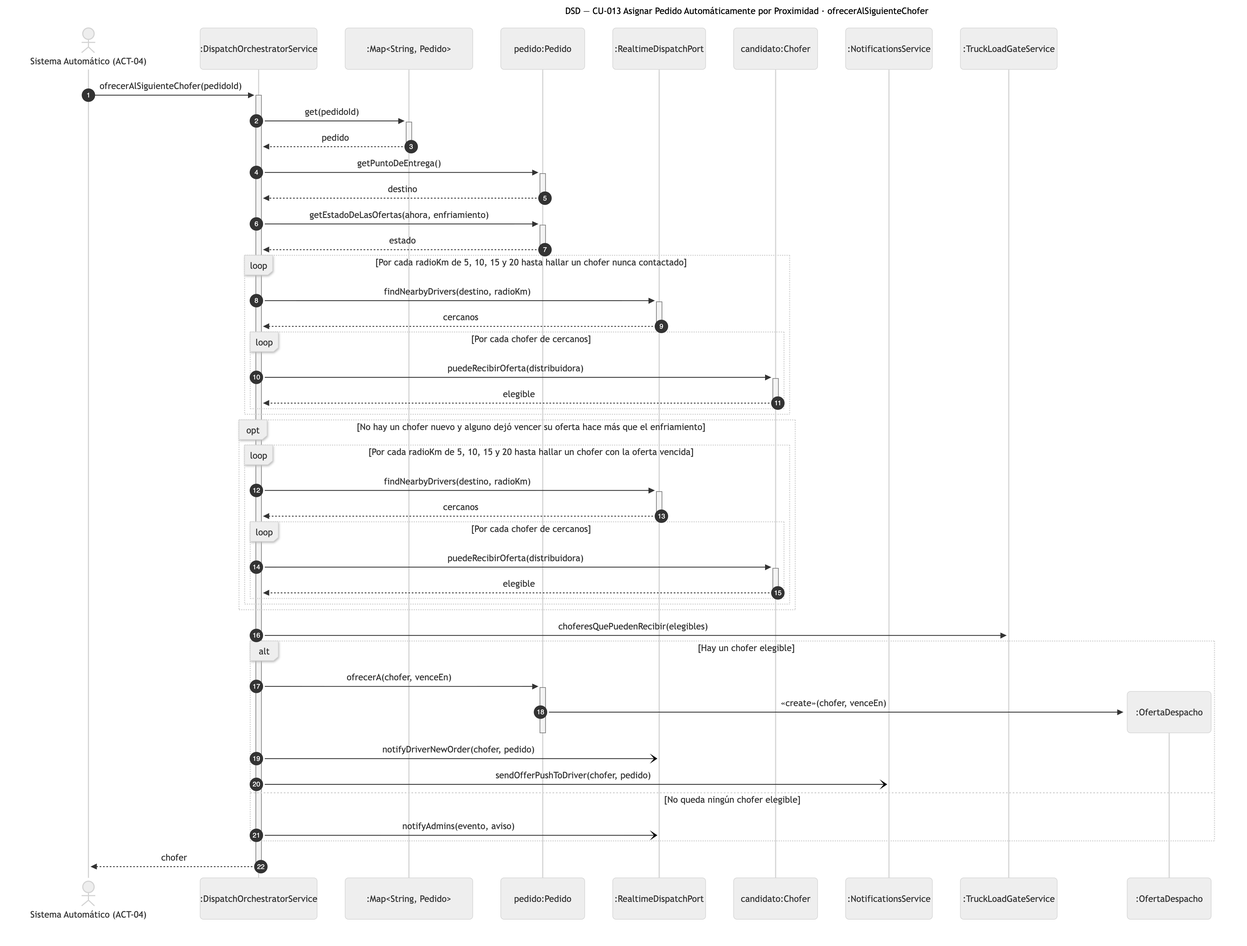
Nahuelito-Dev/splg-docs keeps this Mermaid diagram as diagramas/png/DSD_CU-013_ofrecerAlSiguienteChofer.png. Above is the earlier version. Its source is kept beside it as diagramas/DSD_CU-013_ofrecerAlSiguienteChofer.mmd.
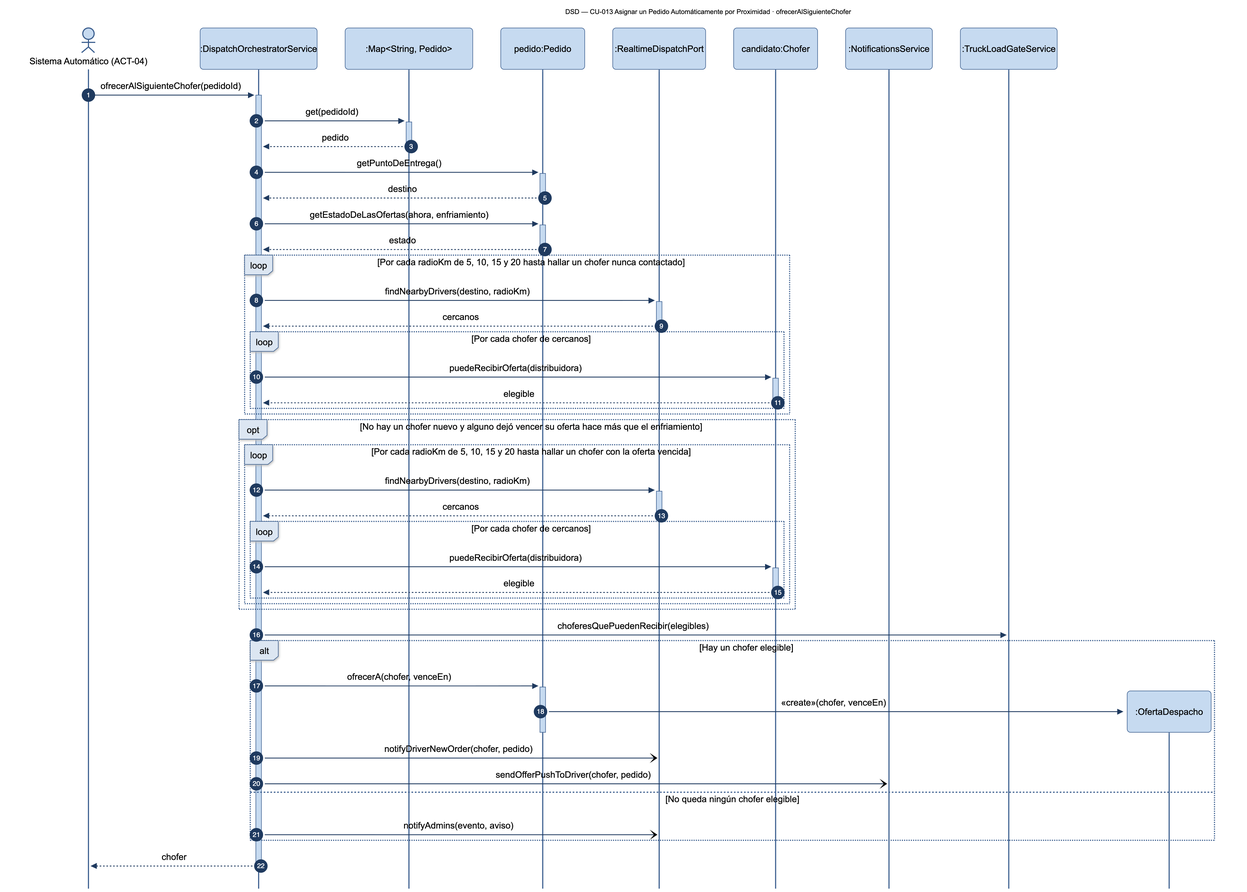
Later version of the same file.

Change to the diagram source:
```diff
@@ -1,5 +1,5 @@
 sequenceDiagram
-    title DSD — CU-013 Asignar Pedido Automáticamente por Proximidad · ofrecerAlSiguienteChofer
+    title DSD — CU-013 Asignar un Pedido Automáticamente por Proximidad · ofrecerAlSiguienteChofer
     autonumber
     actor SIS as Sistema Automático (ACT-04)
     participant SRV as :DispatchOrchestratorService
```
